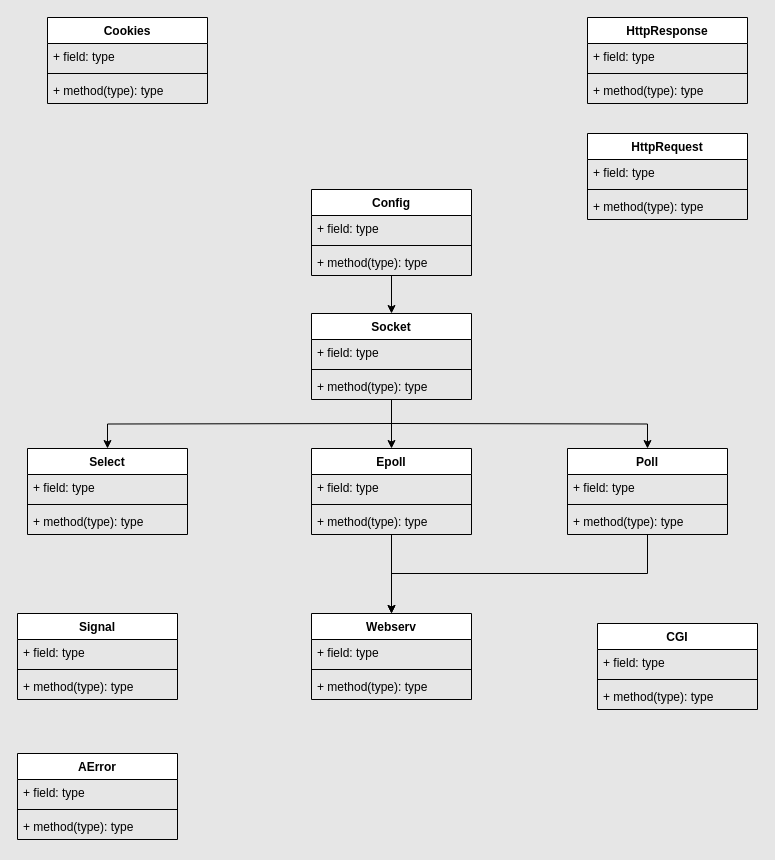
The draw.io diagram diagram/class-diagram.drawio in ykl910/42-webserv, before the edit. Source tidied: cells renumbered, new cells numbered last; positions are measured from the earlier drawing's top-left corner, leaving out a move shared by most shapes. Both pictures are drawn from the tidied source at 100%, with x=0, y=0 at pixel (17, 17).
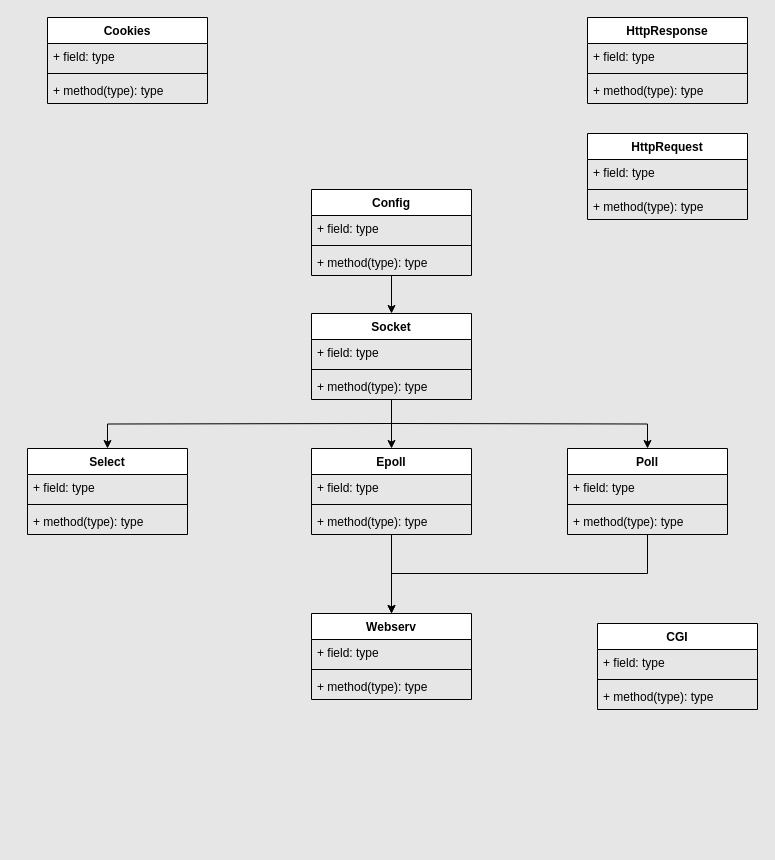
The same diagram, later.

What changed in the source:
```diff
@@
-    <mxCell id="6" value="AError" style="swimlane;fontStyle=1;align=center;verticalAlign=top;horizontal=1;startSize=26;whiteSpace=wrap;html=1;" parent="1" vertex="1">
-      <mxGeometry y="736" width="160" height="86" as="geometry" />
-    </mxCell>
-    <mxCell id="7" value="+ field: type" style="text;strokeColor=none;fillColor=none;align=left;verticalAlign=top;spacingLeft=4;spacingRight=4;overflow=hidden;whiteSpace=wrap;html=1;" parent="6" vertex="1">
-      <mxGeometry y="26" width="160" height="26" as="geometry" />
-    </mxCell>
-    <mxCell id="8" style="line;strokeWidth=1;fillColor=none;align=left;verticalAlign=middle;spacingTop=-1;spacingLeft=3;spacingRight=3;labelPosition=right;strokeColor=inherit;" parent="6" vertex="1">
-      <mxGeometry y="52" width="160" height="8" as="geometry" />
-    </mxCell>
-    <mxCell id="9" value="+ method(type): type" style="text;strokeColor=none;fillColor=none;align=left;verticalAlign=top;spacingLeft=4;spacingRight=4;overflow=hidden;whiteSpace=wrap;html=1;" parent="6" vertex="1">
-      <mxGeometry y="60" width="160" height="26" as="geometry" />
-    </mxCell>
@@
-    <mxCell id="48" value="Signal" style="swimlane;fontStyle=1;align=center;verticalAlign=top;horizontal=1;startSize=26;whiteSpace=wrap;html=1;" parent="1" vertex="1">
-      <mxGeometry y="596" width="160" height="86" as="geometry" />
-    </mxCell>
-    <mxCell id="49" value="+ field: type" style="text;strokeColor=none;fillColor=none;align=left;verticalAlign=top;spacingLeft=4;spacingRight=4;overflow=hidden;whiteSpace=wrap;html=1;" parent="48" vertex="1">
-      <mxGeometry y="26" width="160" height="26" as="geometry" />
-    </mxCell>
-    <mxCell id="50" style="line;strokeWidth=1;fillColor=none;align=left;verticalAlign=middle;spacingTop=-1;spacingLeft=3;spacingRight=3;labelPosition=right;strokeColor=inherit;" parent="48" vertex="1">
-      <mxGeometry y="52" width="160" height="8" as="geometry" />
-    </mxCell>
-    <mxCell id="51" value="+ method(type): type" style="text;strokeColor=none;fillColor=none;align=left;verticalAlign=top;spacingLeft=4;spacingRight=4;overflow=hidden;whiteSpace=wrap;html=1;" parent="48" vertex="1">
-      <mxGeometry y="60" width="160" height="26" as="geometry" />
-    </mxCell>
```
